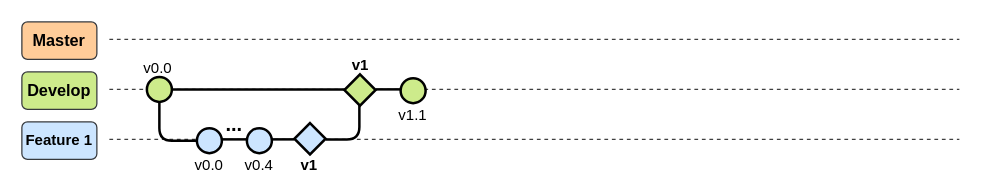
Earlier version of the draw.io diagram page "Develop" (2 of 3) of 03_ImagenesRepo/01_GitFlow.drawio (LEOSZ8/Tesis_Msc_LSZ). Source tidied: cells renumbered, new cells numbered last; positions are measured from the earlier drawing's top-left corner, leaving out a move shared by most shapes. Both pictures are drawn from the tidied source at 125%, with x=0, y=0 at pixel (21, 21).
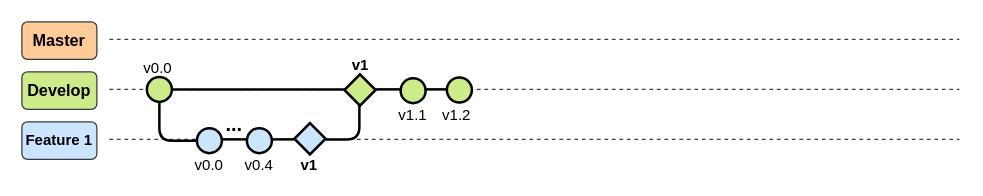
Above is the later version.

What changed in the source:
```diff
@@
+    <mxCell id="27" style="edgeStyle=orthogonalEdgeStyle;rounded=0;orthogonalLoop=1;jettySize=auto;html=1;endArrow=none;endFill=0;strokeWidth=2;" parent="1" edge="1">
+      <mxGeometry relative="1" as="geometry">
+        <mxPoint x="322" y="54" as="sourcePoint" />
+        <mxPoint x="342" y="54" as="targetPoint" />
+      </mxGeometry>
+    </mxCell>
@@
+    <mxCell id="28" style="ellipse;whiteSpace=wrap;html=1;fillColor=#CDEB8B;strokeColor=#000000;strokeWidth=2;" parent="1" vertex="1">
+      <mxGeometry x="340" y="44.5" width="20" height="20" as="geometry" />
+    </mxCell>
+    <mxCell id="29" value="v1.2" style="text;html=1;align=center;verticalAlign=middle;whiteSpace=wrap;rounded=0;" parent="1" vertex="1">
+      <mxGeometry x="333" y="70" width="30" height="10" as="geometry" />
+    </mxCell>
```
